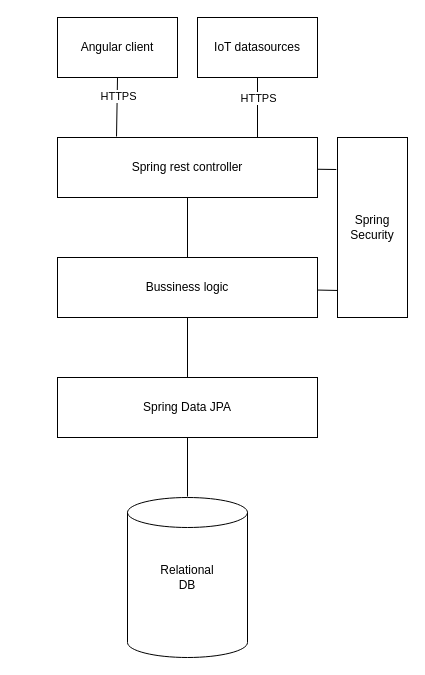
Before: documents/specifikacio/resources/architecture.drawio in vapitea/data-collector-public, a draw.io diagram. Source tidied: cells renumbered, new cells numbered last; positions are measured from the earlier drawing's top-left corner, leaving out a move shared by most shapes. Both pictures are drawn from the tidied source at 100%, with x=0, y=0 at pixel (57, 17).
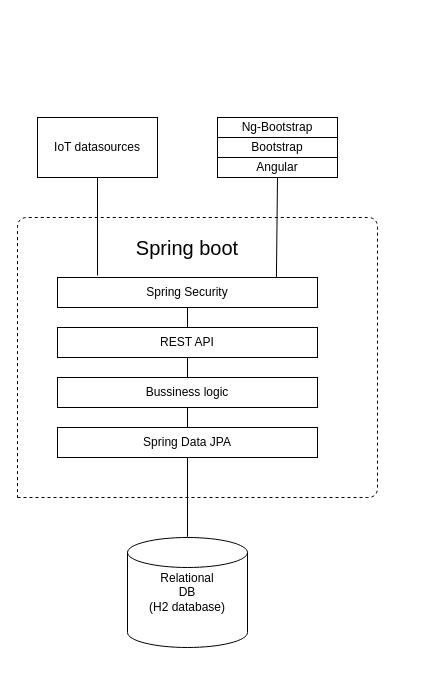
The same page after the edit.

What changed in the source:
```diff
@@
-    <mxCell id="2" style="rounded=0;jettySize=auto;html=1;entryX=0.227;entryY=-0.017;entryDx=0;entryDy=0;entryPerimeter=0;endArrow=none;endFill=0;exitX=0.5;exitY=1;exitDx=0;exitDy=0;" parent="1" edge="1" source="4" target="9">
-      <mxGeometry relative="1" as="geometry" />
+    <mxCell id="2" style="rounded=0;jettySize=auto;html=1;entryX=0.75;entryY=0;entryDx=0;entryDy=0;endArrow=none;endFill=0;exitX=0.5;exitY=1;exitDx=0;exitDy=0;" parent="1" edge="1" source="4">
+      <mxGeometry relative="1" as="geometry">
+        <mxPoint x="195" y="120" as="targetPoint" />
+      </mxGeometry>
     </mxCell>
-    <mxCell id="3" value="HTTPS" style="edgeLabel;html=1;align=center;verticalAlign=middle;" parent="2" vertex="1">
-      <mxGeometry x="-0.39" y="1" relative="1" as="geometry" />
-    </mxCell>
+    <mxCell id="18" style="rounded=0;jettySize=auto;html=1;exitX=0.5;exitY=1;exitDx=0;exitDy=0;entryX=0.842;entryY=0;entryDx=0;entryDy=0;entryPerimeter=0;endArrow=none;endFill=0;" parent="1" edge="1" source="4" target="15">
+      <mxGeometry relative="1" as="geometry" />
+    </mxCell>
-    <mxCell id="4" value="Angular client" style="rounded=0;whiteSpace=wrap;html=1;" parent="1" vertex="1">
-      <mxGeometry width="120" height="60" as="geometry" />
+    <mxCell id="4" value="Angular" style="rounded=0;whiteSpace=wrap;html=1;" parent="1" vertex="1">
+      <mxGeometry x="160" y="140" width="120" height="20" as="geometry" />
     </mxCell>
-    <mxCell id="5" style="edgeStyle=none;rounded=0;jettySize=auto;html=1;endArrow=none;endFill=0;exitX=0.5;exitY=1;exitDx=0;exitDy=0;" parent="1" edge="1" source="6">
-      <mxGeometry relative="1" as="geometry">
-        <mxPoint x="200" y="120" as="targetPoint" />
-      </mxGeometry>
+    <mxCell id="5" style="edgeStyle=none;rounded=0;jettySize=auto;html=1;endArrow=none;endFill=0;exitX=0.5;exitY=1;exitDx=0;exitDy=0;entryX=0.154;entryY=-0.067;entryDx=0;entryDy=0;entryPerimeter=0;" parent="1" edge="1" source="6" target="15">
+      <mxGeometry relative="1" as="geometry" />
     </mxCell>
     <mxCell id="6" value="IoT datasources" style="rounded=0;whiteSpace=wrap;html=1;" parent="1" vertex="1">
-      <mxGeometry x="140" width="120" height="60" as="geometry" />
+      <mxGeometry x="-20" y="100" width="120" height="60" as="geometry" />
     </mxCell>
-    <mxCell id="7" style="edgeStyle=orthogonalEdgeStyle;rounded=0;jettySize=auto;html=1;exitX=0.5;exitY=1;exitDx=0;exitDy=0;entryX=0.5;entryY=0;entryDx=0;entryDy=0;endArrow=none;endFill=0;" parent="1" edge="1" source="9" target="12">
-      <mxGeometry relative="1" as="geometry" />
-    </mxCell>
-    <mxCell id="8" style="edgeStyle=none;rounded=0;jettySize=auto;html=1;entryX=-0.017;entryY=0.178;entryDx=0;entryDy=0;entryPerimeter=0;endArrow=none;endFill=0;" parent="1" edge="1" source="9">
-      <mxGeometry relative="1" as="geometry">
-        <mxPoint x="278.8" y="152" as="targetPoint" />
-      </mxGeometry>
-    </mxCell>
-    <mxCell id="9" value="Spring rest controller" style="rounded=0;whiteSpace=wrap;html=1;" parent="1" vertex="1">
-      <mxGeometry y="120" width="260" height="60" as="geometry" />
-    </mxCell>
@@
-    <mxCell id="11" style="edgeStyle=none;rounded=0;jettySize=auto;html=1;entryX=0.033;entryY=0.85;entryDx=0;entryDy=0;entryPerimeter=0;endArrow=none;endFill=0;" parent="1" edge="1" source="12">
-      <mxGeometry relative="1" as="geometry">
-        <mxPoint x="282.3" y="273" as="targetPoint" />
-      </mxGeometry>
-    </mxCell>
     <mxCell id="12" value="Bussiness logic" style="rounded=0;whiteSpace=wrap;html=1;" parent="1" vertex="1">
-      <mxGeometry y="240" width="260" height="60" as="geometry" />
+      <mxGeometry y="360" width="260" height="30" as="geometry" />
     </mxCell>
@@
     <mxCell id="14" value="Spring Data JPA" style="rounded=0;whiteSpace=wrap;html=1;align=center;" parent="1" vertex="1">
-      <mxGeometry y="360" width="260" height="60" as="geometry" />
+      <mxGeometry y="410" width="260" height="30" as="geometry" />
     </mxCell>
+    <mxCell id="16" value="Relational&lt;br&gt;DB&lt;br&gt;(H2 database)" style="shape=cylinder2;whiteSpace=wrap;html=1;boundedLbl=1;backgroundOutline=1;size=15;align=center;" parent="1" vertex="1">
+      <mxGeometry x="70" y="520" width="120" height="110" as="geometry" />
+    </mxCell>
+    <mxCell id="19" style="endArrow=none;dashed=1;html=1;" parent="1" edge="1">
+      <mxGeometry relative="1" as="geometry">
+        <mxPoint x="-40" y="480" as="sourcePoint" />
+        <mxPoint x="-40" y="480" as="targetPoint" />
+        <Array as="points">
+          <mxPoint x="320" y="480" />
+          <mxPoint x="320" y="200" />
+          <mxPoint x="-40" y="200" />
+        </Array>
+      </mxGeometry>
+    </mxCell>
+    <mxCell id="20" style="edgeStyle=orthogonalEdgeStyle;rounded=0;jettySize=auto;html=1;exitX=0.5;exitY=1;exitDx=0;exitDy=0;entryX=0.5;entryY=0;entryDx=0;entryDy=0;endArrow=none;endFill=0;" parent="1" edge="1" source="21" target="12">
+      <mxGeometry relative="1" as="geometry" />
+    </mxCell>
+    <mxCell id="21" value="REST API" style="rounded=0;whiteSpace=wrap;html=1;" parent="1" vertex="1">
+      <mxGeometry y="310" width="260" height="30" as="geometry" />
+    </mxCell>
+    <mxCell id="22" style="edgeStyle=orthogonalEdgeStyle;rounded=0;jettySize=auto;html=1;exitX=0.5;exitY=1;exitDx=0;exitDy=0;entryX=0.5;entryY=0;entryDx=0;entryDy=0;endArrow=none;endFill=0;" parent="1" edge="1" source="15" target="21">
+      <mxGeometry relative="1" as="geometry" />
+    </mxCell>
-    <mxCell id="15" value="Spring&lt;br&gt;Security" style="rounded=0;whiteSpace=wrap;html=1;" parent="1" vertex="1">
-      <mxGeometry x="280" y="120" width="70" height="180" as="geometry" />
+    <mxCell id="15" value="Spring Security" style="rounded=0;whiteSpace=wrap;html=1;" parent="1" vertex="1">
+      <mxGeometry y="260" width="260" height="30" as="geometry" />
     </mxCell>
-    <mxCell id="16" value="Relational&lt;br&gt;DB" style="shape=cylinder2;whiteSpace=wrap;html=1;boundedLbl=1;backgroundOutline=1;size=15;align=center;" parent="1" vertex="1">
-      <mxGeometry x="70" y="480" width="120" height="160" as="geometry" />
-    </mxCell>
-    <mxCell id="17" value="HTTPS" style="edgeLabel;html=1;align=center;verticalAlign=middle;" parent="1" vertex="1">
-      <mxGeometry x="200" y="80" as="geometry" />
-    </mxCell>
+    <mxCell id="23" value="Bootstrap" style="rounded=0;whiteSpace=wrap;html=1;" parent="1" vertex="1">
+      <mxGeometry x="160" y="120" width="120" height="20" as="geometry" />
+    </mxCell>
+    <mxCell id="24" value="Ng-Bootstrap" style="rounded=0;whiteSpace=wrap;html=1;" parent="1" vertex="1">
+      <mxGeometry x="160" y="100" width="120" height="20" as="geometry" />
+    </mxCell>
+    <mxCell id="25" value="&lt;font style=&quot;font-size: 20px&quot;&gt;Spring boot&lt;/font&gt;" style="text;html=1;strokeColor=none;fillColor=none;align=center;verticalAlign=middle;whiteSpace=wrap;rounded=0;" parent="1" vertex="1">
+      <mxGeometry x="65" y="220" width="130" height="20" as="geometry" />
+    </mxCell>
```
